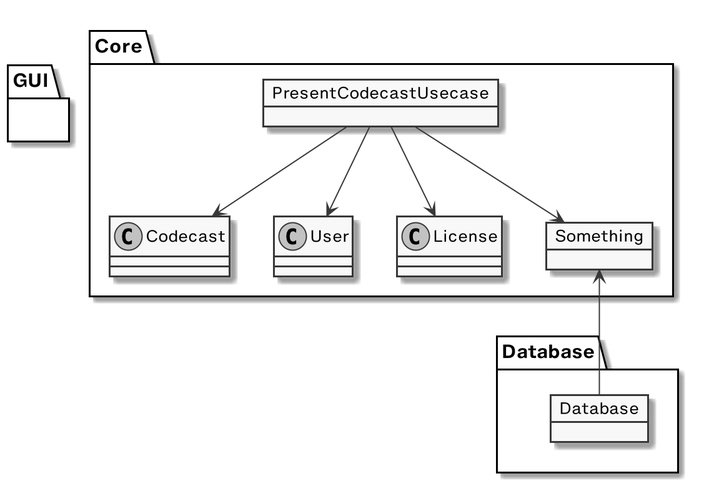
The PlantUML diagram schema.png in sundaycrafts/study-cleancoders-java-case-study, before a commit.
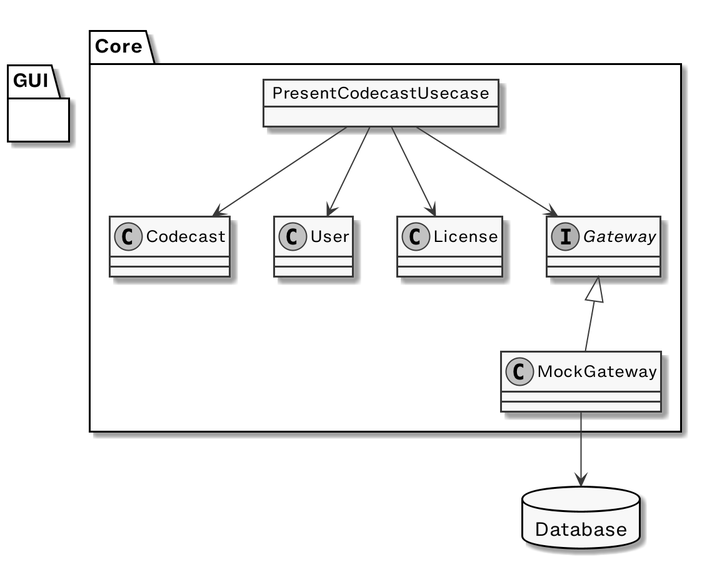
Above is the later version.

Change to the diagram source:
```diff
@@ -3,24 +3,25 @@
 skinparam defaultFontName "Helvetica Now Micro"
 skinparam ArrowFontName "Fira Sans Condensed"
 skinparam ArrowFontStyle italic
+allow_mixing
+database Database
+
 package Core {
   object PresentCodecastUsecase
   class Codecast
   class User
   class License
-  object Something
+  interface Gateway
+  class MockGateway
 }
 
 PresentCodecastUsecase --> Codecast
 PresentCodecastUsecase --> User
 PresentCodecastUsecase --> License
-PresentCodecastUsecase --> Something
-Something <-- Database
+PresentCodecastUsecase --> Gateway
+Gateway <|-- MockGateway
+MockGateway --> Database
 
 package GUI {
 }
-
-package Database {
-  object Database
-}
 @enduml
```
